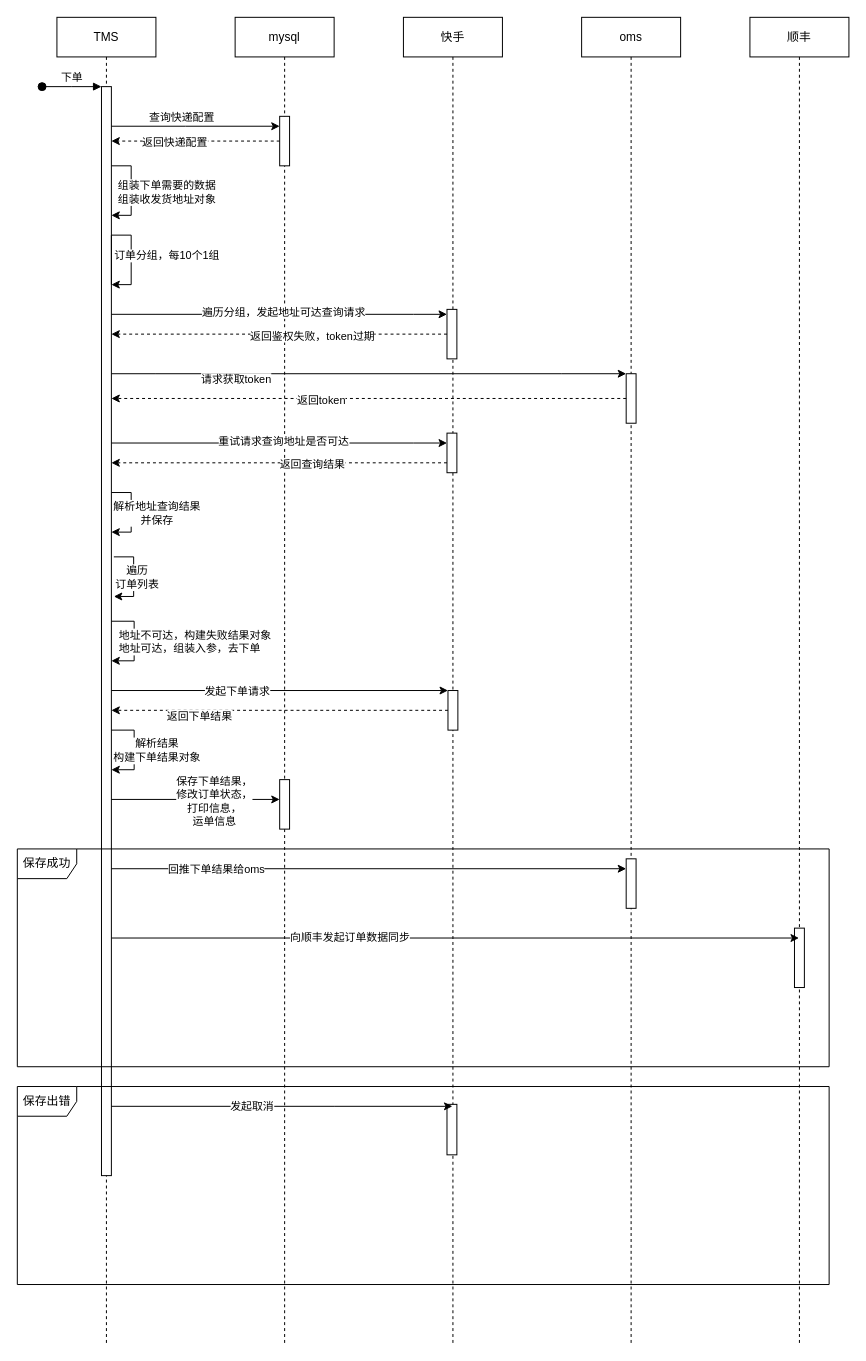
The draw.io diagram page "Page-1" (1 of 2) of 测试.drawio in pipisay/draw, before the edit. Source tidied: cells renumbered, new cells numbered last; positions are measured from the earlier drawing's top-left corner, leaving out a move shared by most shapes. Both pictures are drawn from the tidied source at 99%, with x=0, y=0 at pixel (17, 17).
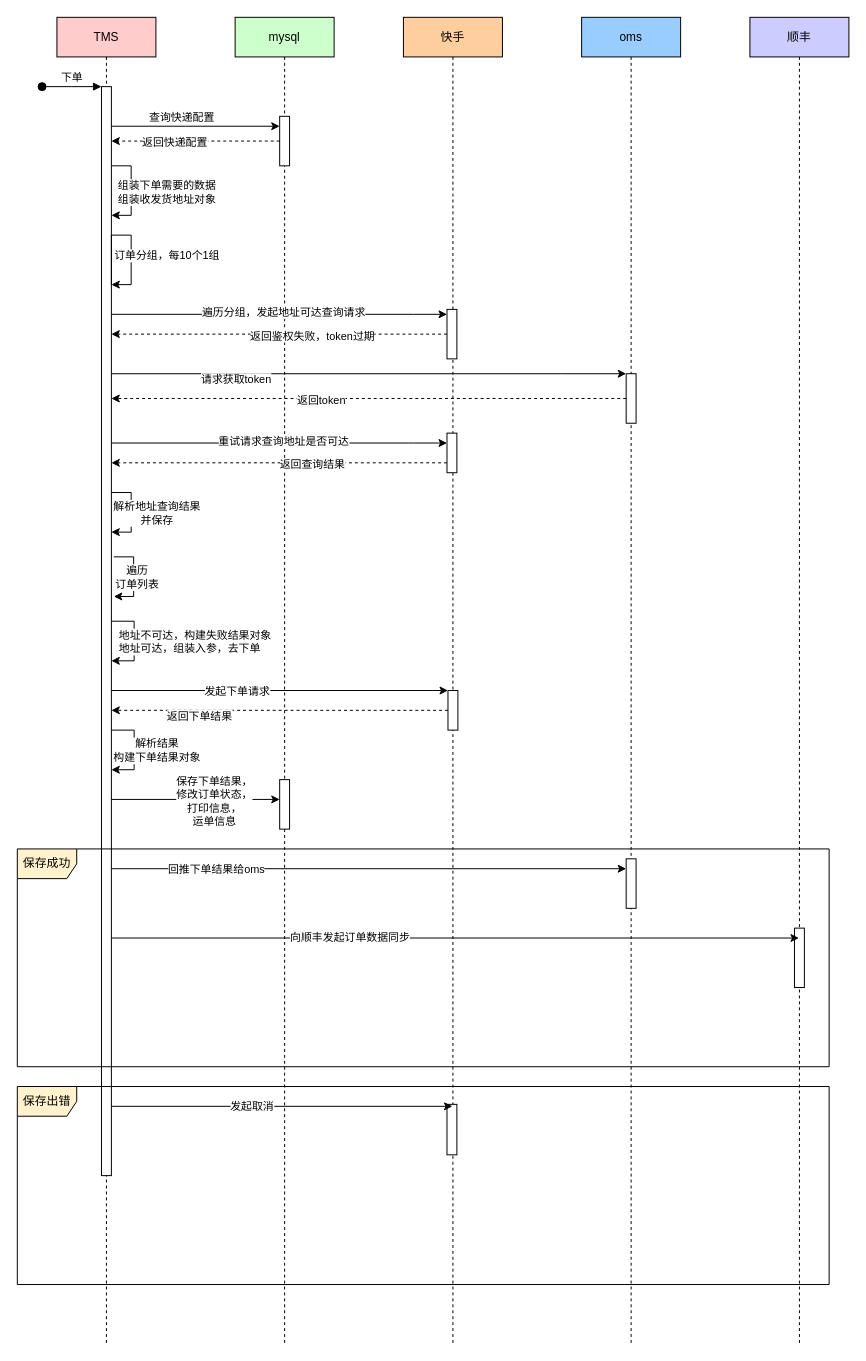
Above is the later version.

What changed in the source:
```diff
@@
-    <mxCell id="2" value="TMS" style="shape=umlLifeline;perimeter=lifelinePerimeter;whiteSpace=wrap;html=1;newEdgeStyle={&quot;edgeStyle&quot;:&quot;elbowEdgeStyle&quot;,&quot;elbow&quot;:&quot;vertical&quot;,&quot;curved&quot;:0,&quot;rounded&quot;:0};" parent="1" vertex="1">
+    <mxCell id="2" value="TMS" style="shape=umlLifeline;perimeter=lifelinePerimeter;whiteSpace=wrap;html=1;newEdgeStyle={&quot;edgeStyle&quot;:&quot;elbowEdgeStyle&quot;,&quot;elbow&quot;:&quot;vertical&quot;,&quot;curved&quot;:0,&quot;rounded&quot;:0};fillColor=#FFCCCC;" parent="1" vertex="1">
       <mxGeometry x="40" width="100" height="1340" as="geometry" />
     </mxCell>
@@
-    <mxCell id="4" value="快手" style="shape=umlLifeline;perimeter=lifelinePerimeter;whiteSpace=wrap;html=1;outlineConnect=0;portConstraint=eastwest;newEdgeStyle={&quot;edgeStyle&quot;:&quot;elbowEdgeStyle&quot;,&quot;elbow&quot;:&quot;vertical&quot;,&quot;curved&quot;:0,&quot;rounded&quot;:0};" parent="1" vertex="1">
+    <mxCell id="4" value="快手" style="shape=umlLifeline;perimeter=lifelinePerimeter;whiteSpace=wrap;html=1;outlineConnect=0;portConstraint=eastwest;newEdgeStyle={&quot;edgeStyle&quot;:&quot;elbowEdgeStyle&quot;,&quot;elbow&quot;:&quot;vertical&quot;,&quot;curved&quot;:0,&quot;rounded&quot;:0};fillColor=#FFCE9F;" parent="1" vertex="1">
       <mxGeometry x="390" width="100" height="1340" as="geometry" />
     </mxCell>
@@
-    <mxCell id="18" value="mysql" style="shape=umlLifeline;perimeter=lifelinePerimeter;whiteSpace=wrap;html=1;newEdgeStyle={&quot;edgeStyle&quot;:&quot;elbowEdgeStyle&quot;,&quot;elbow&quot;:&quot;vertical&quot;,&quot;curved&quot;:0,&quot;rounded&quot;:0};" parent="1" vertex="1">
+    <mxCell id="18" value="mysql" style="shape=umlLifeline;perimeter=lifelinePerimeter;whiteSpace=wrap;html=1;newEdgeStyle={&quot;edgeStyle&quot;:&quot;elbowEdgeStyle&quot;,&quot;elbow&quot;:&quot;vertical&quot;,&quot;curved&quot;:0,&quot;rounded&quot;:0};fillColor=#CCFFCC;" parent="1" vertex="1">
       <mxGeometry x="220" width="100" height="1340" as="geometry" />
     </mxCell>
@@
-    <mxCell id="21" value="oms" style="shape=umlLifeline;perimeter=lifelinePerimeter;whiteSpace=wrap;html=1;newEdgeStyle={&quot;edgeStyle&quot;:&quot;elbowEdgeStyle&quot;,&quot;elbow&quot;:&quot;vertical&quot;,&quot;curved&quot;:0,&quot;rounded&quot;:0};" parent="1" vertex="1">
+    <mxCell id="21" value="oms" style="shape=umlLifeline;perimeter=lifelinePerimeter;whiteSpace=wrap;html=1;newEdgeStyle={&quot;edgeStyle&quot;:&quot;elbowEdgeStyle&quot;,&quot;elbow&quot;:&quot;vertical&quot;,&quot;curved&quot;:0,&quot;rounded&quot;:0};fillColor=#99CCFF;" parent="1" vertex="1">
       <mxGeometry x="570" width="100" height="1340" as="geometry" />
     </mxCell>
@@
-    <mxCell id="24" value="顺丰" style="shape=umlLifeline;perimeter=lifelinePerimeter;whiteSpace=wrap;html=1;outlineConnect=0;portConstraint=eastwest;newEdgeStyle={&quot;edgeStyle&quot;:&quot;elbowEdgeStyle&quot;,&quot;elbow&quot;:&quot;vertical&quot;,&quot;curved&quot;:0,&quot;rounded&quot;:0};" parent="1" vertex="1">
+    <mxCell id="24" value="顺丰" style="shape=umlLifeline;perimeter=lifelinePerimeter;whiteSpace=wrap;html=1;outlineConnect=0;portConstraint=eastwest;newEdgeStyle={&quot;edgeStyle&quot;:&quot;elbowEdgeStyle&quot;,&quot;elbow&quot;:&quot;vertical&quot;,&quot;curved&quot;:0,&quot;rounded&quot;:0};fillColor=#CCCCFF;" parent="1" vertex="1">
       <mxGeometry x="740" width="100" height="1340" as="geometry" />
     </mxCell>
@@
-    <mxCell id="57" value="保存成功" style="shape=umlFrame;whiteSpace=wrap;html=1;" parent="1" vertex="1">
+    <mxCell id="57" value="保存成功" style="shape=umlFrame;whiteSpace=wrap;html=1;fillColor=#FFF2CC;" parent="1" vertex="1">
       <mxGeometry y="840" width="820" height="220" as="geometry" />
     </mxCell>
@@
-    <mxCell id="60" value="保存出错" style="shape=umlFrame;whiteSpace=wrap;html=1;" parent="1" vertex="1">
+    <mxCell id="60" value="保存出错" style="shape=umlFrame;whiteSpace=wrap;html=1;fillColor=#FFF2CC;" parent="1" vertex="1">
       <mxGeometry y="1080" width="820" height="200" as="geometry" />
     </mxCell>
```
